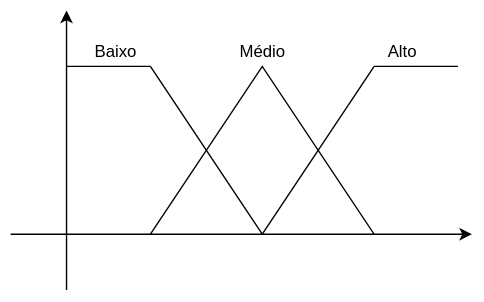
The draw.io diagram Conjuntos Fuzzy.svg in AllenHichard/machine-learning-image, before a commit. Source tidied: cells renumbered, new cells last; positions are measured from the earlier drawing's top-left corner, leaving out a move shared by most shapes.
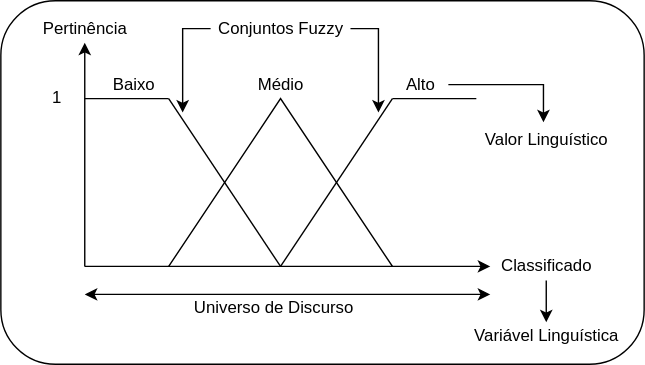
Later version of the same file.

Diff of the diagram source:
```diff
@@ -2,15 +2,18 @@
   <root>
     <mxCell id="0" />
     <mxCell id="1" parent="0" />
+    <mxCell id="12" style="rounded=1;whiteSpace=wrap;html=1;shadow=0;sketch=0;gradientColor=none;verticalAlign=middle;" parent="1" vertex="1">
+      <mxGeometry x="-20" y="-30" width="460" height="260" as="geometry" />
+    </mxCell>
     <mxCell id="2" style="endArrow=classic;html=1;" parent="1" edge="1">
       <mxGeometry relative="1" as="geometry">
-        <mxPoint y="160" as="sourcePoint" />
+        <mxPoint x="40" y="160" as="sourcePoint" />
         <mxPoint x="330" y="160" as="targetPoint" />
       </mxGeometry>
     </mxCell>
     <mxCell id="3" style="endArrow=classic;html=1;" parent="1" edge="1">
       <mxGeometry relative="1" as="geometry">
-        <mxPoint x="40" y="200" as="sourcePoint" />
+        <mxPoint x="40" y="160" as="sourcePoint" />
         <mxPoint x="40" as="targetPoint" />
       </mxGeometry>
     </mxCell>
@@ -46,8 +49,51 @@
     <mxCell id="10" value="Médio" style="text;html=1;align=center;verticalAlign=middle;strokeColor=none;" parent="1" vertex="1">
       <mxGeometry x="155" y="20" width="50" height="20" as="geometry" />
     </mxCell>
+    <mxCell id="13" style="edgeStyle=orthogonalEdgeStyle;rounded=0;jettySize=auto;html=1;entryX=0.48;entryY=-0.15;entryDx=0;entryDy=0;entryPerimeter=0;" parent="1" edge="1" source="11" target="16">
+      <mxGeometry relative="1" as="geometry" />
+    </mxCell>
     <mxCell id="11" value="Alto" style="text;html=1;align=center;verticalAlign=middle;points=[];strokeColor=none;" parent="1" vertex="1">
       <mxGeometry x="260" y="20" width="40" height="20" as="geometry" />
     </mxCell>
+    <mxCell id="14" value="Universo de Discurso" style="text;html=1;align=center;verticalAlign=middle;strokeColor=none;" parent="1" vertex="1">
+      <mxGeometry x="110" y="180" width="130" height="20" as="geometry" />
+    </mxCell>
+    <mxCell id="15" style="endArrow=classic;startArrow=classic;html=1;" parent="1" edge="1">
+      <mxGeometry relative="1" as="geometry">
+        <mxPoint x="40" y="180" as="sourcePoint" />
+        <mxPoint x="330" y="180" as="targetPoint" />
+      </mxGeometry>
+    </mxCell>
+    <mxCell id="16" value="Valor Linguístico" style="text;html=1;align=center;verticalAlign=middle;points=[];strokeColor=none;" parent="1" vertex="1">
+      <mxGeometry x="320" y="60" width="100" height="20" as="geometry" />
+    </mxCell>
+    <mxCell id="17" value="1" style="text;html=1;align=center;verticalAlign=middle;strokeColor=none;" parent="1" vertex="1">
+      <mxGeometry x="10" y="30" width="20" height="20" as="geometry" />
+    </mxCell>
+    <mxCell id="18" style="edgeStyle=orthogonalEdgeStyle;rounded=0;jettySize=auto;html=1;" parent="1" edge="1" source="19" target="24">
+      <mxGeometry relative="1" as="geometry" />
+    </mxCell>
+    <mxCell id="19" value="Classificado" style="text;html=1;align=center;verticalAlign=middle;points=[];strokeColor=none;" parent="1" vertex="1">
+      <mxGeometry x="330" y="150" width="80" height="20" as="geometry" />
+    </mxCell>
+    <mxCell id="20" value="Pertinência" style="text;html=1;align=center;verticalAlign=middle;strokeColor=none;" parent="1" vertex="1">
+      <mxGeometry y="-20" width="80" height="20" as="geometry" />
+    </mxCell>
+    <mxCell id="21" style="edgeStyle=orthogonalEdgeStyle;rounded=0;jettySize=auto;html=1;" parent="1" edge="1" source="23">
+      <mxGeometry relative="1" as="geometry">
+        <mxPoint x="110" y="50" as="targetPoint" />
+      </mxGeometry>
+    </mxCell>
+    <mxCell id="22" style="edgeStyle=orthogonalEdgeStyle;rounded=0;jettySize=auto;html=1;" parent="1" edge="1" source="23">
+      <mxGeometry relative="1" as="geometry">
+        <mxPoint x="250" y="50" as="targetPoint" />
+      </mxGeometry>
+    </mxCell>
+    <mxCell id="23" value="Conjuntos Fuzzy" style="text;html=1;align=center;verticalAlign=middle;points=[];strokeColor=none;" parent="1" vertex="1">
+      <mxGeometry x="130" y="-20" width="100" height="20" as="geometry" />
+    </mxCell>
+    <mxCell id="24" value="Variável Linguística" style="text;html=1;align=center;verticalAlign=middle;points=[];strokeColor=none;" parent="1" vertex="1">
+      <mxGeometry x="310" y="200" width="120" height="20" as="geometry" />
+    </mxCell>
   </root>
 </mxGraphModel>
```
